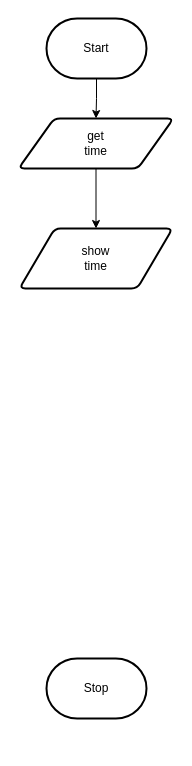
This is design/flowchart.drawio from MTHS-ICS2O-2-2022/ICS2O-Final-Project-Group16, a draw.io file, before an edit. Source tidied: cells renumbered, new cells numbered last; positions are measured from the earlier drawing's top-left corner, leaving out a move shared by most shapes. Both pictures are drawn from the tidied source at 100%, with x=0, y=0 at pixel (18, 18).
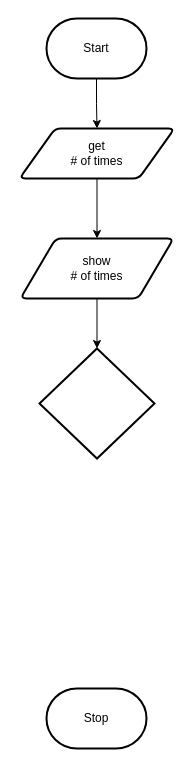
Above is the later version.

Commit message (it also covers changes not shown here):
added favicons and flowchart started

Diff of the diagram source:
```diff
@@
 <mxGraphModel>
   <root>
     <mxCell id="0" />
     <mxCell id="1" parent="0" />
     <mxCell id="2" style="edgeStyle=orthogonalEdgeStyle;html=1;strokeColor=none;rounded=0;" parent="1" edge="1" source="4" target="7">
       <mxGeometry relative="1" as="geometry" />
     </mxCell>
     <mxCell id="3" style="edgeStyle=orthogonalEdgeStyle;shape=connector;rounded=0;html=1;entryX=0.5;entryY=0;entryDx=0;entryDy=0;labelBackgroundColor=default;strokeColor=default;fontFamily=Helvetica;fontSize=11;fontColor=default;endArrow=classic;" parent="1" edge="1" source="4" target="7">
       <mxGeometry relative="1" as="geometry" />
     </mxCell>
     <mxCell id="4" value="Start" style="strokeWidth=2;html=1;shape=mxgraph.flowchart.terminator;whiteSpace=wrap;" parent="1" vertex="1">
       <mxGeometry x="28" width="100" height="60" as="geometry" />
     </mxCell>
     <mxCell id="5" value="Stop" style="strokeWidth=2;html=1;shape=mxgraph.flowchart.terminator;whiteSpace=wrap;" parent="1" vertex="1">
-      <mxGeometry x="28" y="640" width="100" height="60" as="geometry" />
+      <mxGeometry x="28" y="670" width="100" height="60" as="geometry" />
     </mxCell>
     <mxCell id="6" style="edgeStyle=orthogonalEdgeStyle;html=1;entryX=0.5;entryY=0;entryDx=0;entryDy=0;rounded=0;" parent="1" edge="1" source="7" target="8">
       <mxGeometry relative="1" as="geometry" />
     </mxCell>
-    <mxCell id="7" value="get&lt;br&gt;time" style="shape=parallelogram;html=1;strokeWidth=2;perimeter=parallelogramPerimeter;whiteSpace=wrap;rounded=1;arcSize=12;size=0.23;" parent="1" vertex="1">
-      <mxGeometry y="100" width="155" height="50" as="geometry" />
+    <mxCell id="7" value="get&lt;br&gt;# of times" style="shape=parallelogram;html=1;strokeWidth=2;perimeter=parallelogramPerimeter;whiteSpace=wrap;rounded=1;arcSize=12;size=0.23;" parent="1" vertex="1">
+      <mxGeometry x="1" y="110" width="155" height="50" as="geometry" />
     </mxCell>
+    <mxCell id="9" style="edgeStyle=orthogonalEdgeStyle;html=1;rounded=0;" parent="1" edge="1" source="8" target="10">
+      <mxGeometry relative="1" as="geometry" />
+    </mxCell>
-    <mxCell id="8" value="&lt;span style=&quot;font-size: 12px;&quot;&gt;show&lt;/span&gt;&lt;br style=&quot;font-size: 12px;&quot;&gt;&lt;span style=&quot;font-size: 12px;&quot;&gt;time&lt;/span&gt;" style="shape=parallelogram;html=1;strokeWidth=2;perimeter=parallelogramPerimeter;whiteSpace=wrap;rounded=1;arcSize=12;size=0.23;fontFamily=Helvetica;fontSize=11;fontColor=default;" parent="1" vertex="1">
-      <mxGeometry x="1" y="210" width="153" height="60" as="geometry" />
+    <mxCell id="8" value="&lt;span style=&quot;font-size: 12px;&quot;&gt;show&lt;/span&gt;&lt;br style=&quot;font-size: 12px;&quot;&gt;&lt;span style=&quot;font-size: 12px;&quot;&gt;# of times&lt;/span&gt;" style="shape=parallelogram;html=1;strokeWidth=2;perimeter=parallelogramPerimeter;whiteSpace=wrap;rounded=1;arcSize=12;size=0.23;fontFamily=Helvetica;fontSize=11;fontColor=default;" parent="1" vertex="1">
+      <mxGeometry x="2" y="220" width="153" height="60" as="geometry" />
     </mxCell>
+    <mxCell id="10" style="strokeWidth=2;html=1;shape=mxgraph.flowchart.decision;whiteSpace=wrap;" parent="1" vertex="1">
+      <mxGeometry x="21" y="330" width="115" height="110" as="geometry" />
+    </mxCell>
   </root>
 </mxGraphModel>
```
